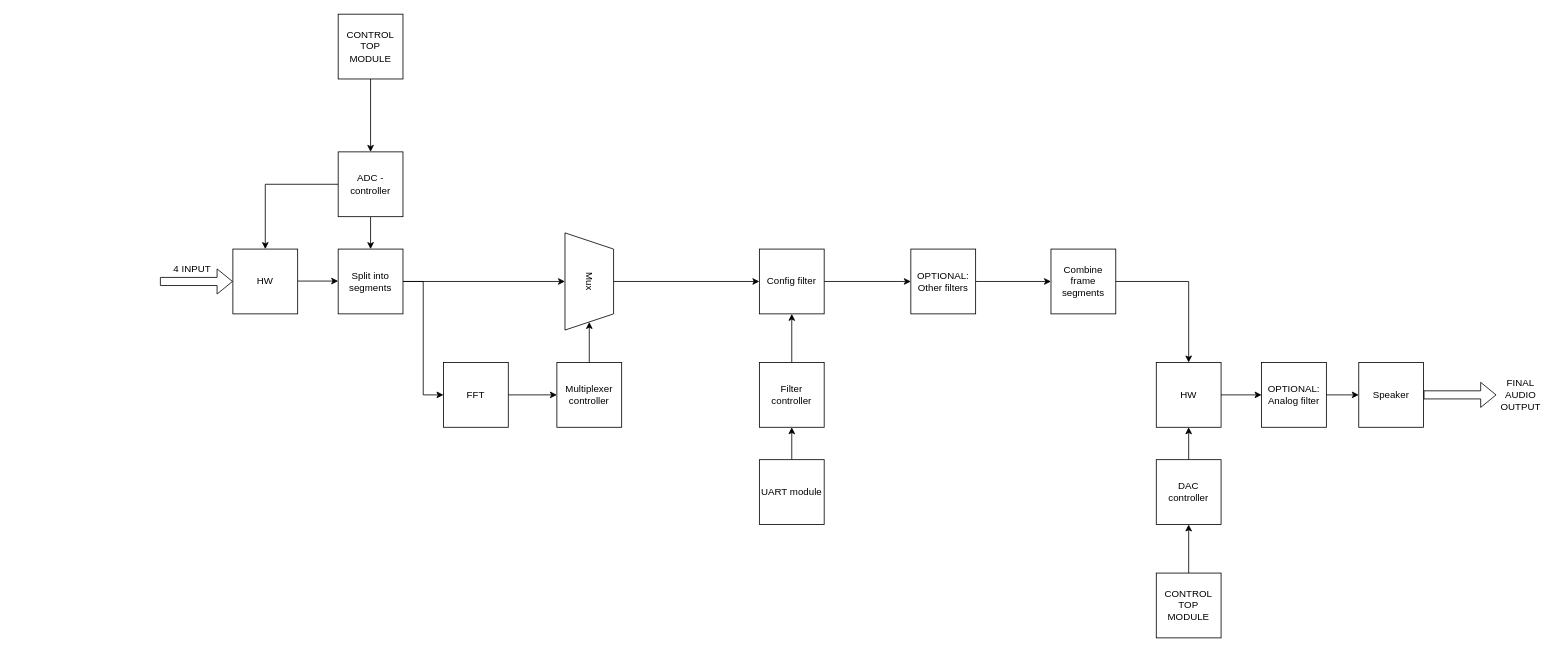
The draw.io diagram Project flow chart.drawio in shaileshsuresh/Dynamic-Microphone-Amplification, before the edit. Source tidied: cells renumbered, new cells numbered last; positions are measured from the earlier drawing's top-left corner, leaving out a move shared by most shapes. Both pictures are drawn from the tidied source at 81%, with x=0, y=0 at pixel (160, 14).
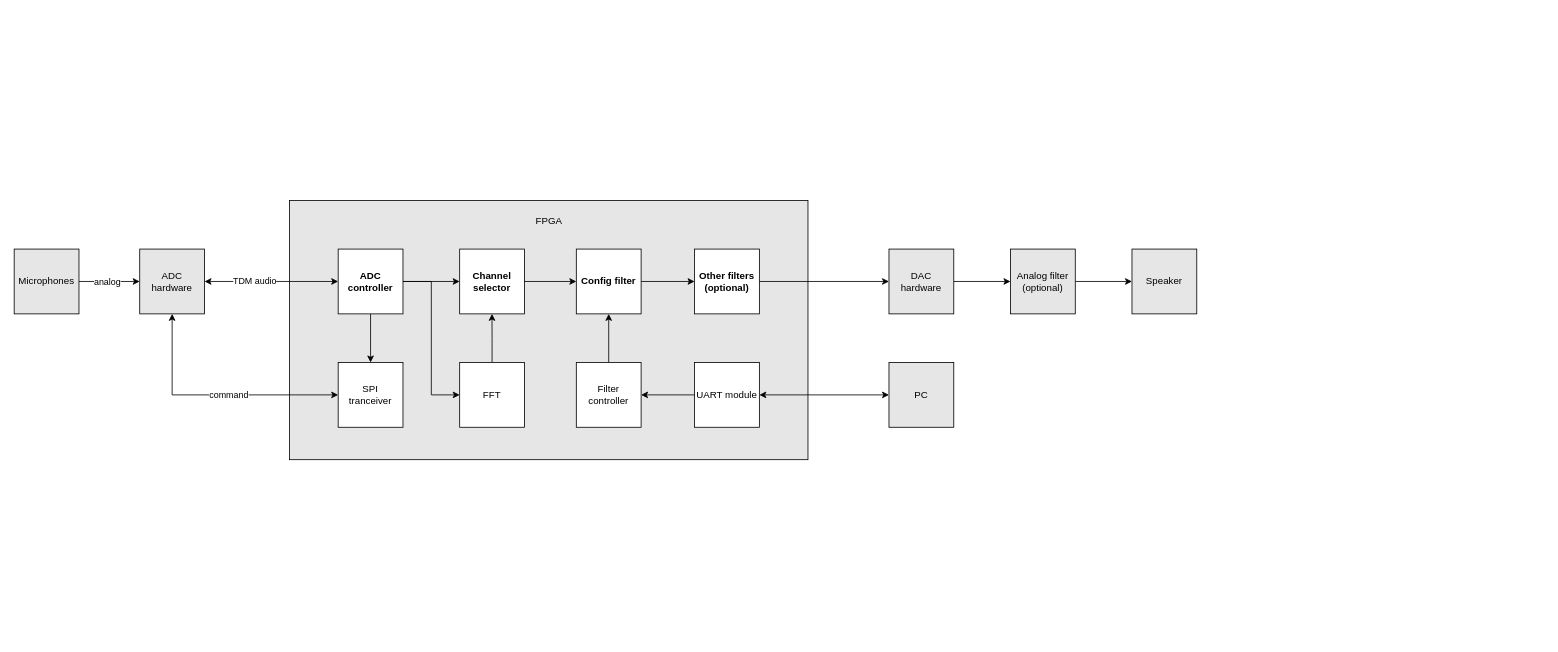
After the change.

Commit message (it also covers changes not shown here):
A little modification to the block diagram

What changed in the source:
```diff
@@
-    <mxCell id="2" style="edgeStyle=orthogonalEdgeStyle;rounded=0;jettySize=auto;html=1;entryX=0.5;entryY=0;entryDx=0;entryDy=0;" parent="1" edge="1" source="4" target="8">
-      <mxGeometry relative="1" as="geometry" />
-    </mxCell>
-    <mxCell id="3" style="edgeStyle=orthogonalEdgeStyle;rounded=0;jettySize=auto;html=1;" parent="1" edge="1" source="4" target="7">
-      <mxGeometry relative="1" as="geometry" />
-    </mxCell>
-    <mxCell id="4" value="ADC - controller" style="whiteSpace=wrap;html=1;" parent="1" vertex="1">
-      <mxGeometry x="220" y="170" width="80" height="80" as="geometry" />
-    </mxCell>
-    <mxCell id="5" style="edgeStyle=orthogonalEdgeStyle;rounded=0;jettySize=auto;html=1;entryX=0;entryY=0.5;entryDx=0;entryDy=0;" parent="1" edge="1" source="7" target="13">
-      <mxGeometry relative="1" as="geometry" />
-    </mxCell>
-    <mxCell id="6" style="edgeStyle=orthogonalEdgeStyle;rounded=0;jettySize=auto;html=1;entryX=0.5;entryY=1;entryDx=0;entryDy=0;" parent="1" edge="1" source="7" target="16">
-      <mxGeometry relative="1" as="geometry" />
-    </mxCell>
+    <mxCell id="42" style="rounded=0;whiteSpace=wrap;html=1;fillColor=#E6E6E6;" parent="1" vertex="1">
+      <mxGeometry x="160" y="230" width="640" height="320" as="geometry" />
+    </mxCell>
+    <mxCell id="43" style="edgeStyle=orthogonalEdgeStyle;rounded=0;jettySize=auto;html=1;exitX=0;exitY=0.5;exitDx=0;exitDy=0;entryX=0.5;entryY=1;entryDx=0;entryDy=0;startArrow=classic;startFill=1;endArrow=classic;endFill=1;" parent="1" edge="1" source="7" target="8">
+      <mxGeometry relative="1" as="geometry" />
+    </mxCell>
+    <mxCell id="44" value="command" style="edgeLabel;html=1;align=center;verticalAlign=middle;" parent="43" vertex="1">
+      <mxGeometry x="-0.11" y="-1" relative="1" as="geometry" />
+    </mxCell>
-    <mxCell id="7" value="Split into segments&lt;br&gt;" style="whiteSpace=wrap;html=1;" parent="1" vertex="1">
-      <mxGeometry x="220" y="290" width="80" height="80" as="geometry" />
+    <mxCell id="7" value="SPI&lt;br&gt;tranceiver" style="whiteSpace=wrap;html=1;" parent="1" vertex="1">
+      <mxGeometry x="220" y="430" width="80" height="80" as="geometry" />
     </mxCell>
+    <mxCell id="45" style="edgeStyle=orthogonalEdgeStyle;rounded=0;jettySize=auto;html=1;exitX=1;exitY=0.5;exitDx=0;exitDy=0;entryX=0;entryY=0.5;entryDx=0;entryDy=0;startArrow=classic;startFill=1;endArrow=classic;endFill=1;" parent="1" edge="1" source="8" target="4">
+      <mxGeometry relative="1" as="geometry" />
+    </mxCell>
+    <mxCell id="46" value="TDM audio" style="edgeLabel;html=1;align=center;verticalAlign=middle;" parent="45" vertex="1">
+      <mxGeometry x="-0.26" y="1" relative="1" as="geometry" />
+    </mxCell>
-    <mxCell id="8" value="HW" style="whiteSpace=wrap;html=1;" parent="1" vertex="1">
-      <mxGeometry x="90" y="290" width="80" height="80" as="geometry" />
+    <mxCell id="8" value="ADC&lt;br&gt;hardware" style="whiteSpace=wrap;html=1;fillColor=#e6e6e6;" parent="1" vertex="1">
+      <mxGeometry x="-25" y="290" width="80" height="80" as="geometry" />
     </mxCell>
-    <mxCell id="9" style="endArrow=classic;html=1;rounded=0;" parent="1" edge="1">
-      <mxGeometry relative="1" as="geometry">
-        <mxPoint x="170" y="329.5" as="sourcePoint" />
-        <mxPoint x="220" y="329.5" as="targetPoint" />
-      </mxGeometry>
-    </mxCell>
-    <mxCell id="10" style="shape=flexArrow;endArrow=classic;html=1;rounded=0;entryX=0;entryY=0.5;entryDx=0;entryDy=0;" parent="1" edge="1" target="8">
-      <mxGeometry relative="1" as="geometry">
-        <mxPoint y="330" as="sourcePoint" />
-      </mxGeometry>
-    </mxCell>
-    <mxCell id="11" value="4 INPUT&lt;br&gt;" style="text;html=1;strokeColor=none;fillColor=none;align=center;verticalAlign=middle;whiteSpace=wrap;rounded=0;" parent="1" vertex="1">
-      <mxGeometry x="10" y="300" width="60" height="30" as="geometry" />
-    </mxCell>
-    <mxCell id="12" style="edgeStyle=orthogonalEdgeStyle;rounded=0;jettySize=auto;html=1;entryX=0;entryY=0.5;entryDx=0;entryDy=0;" parent="1" edge="1" source="13" target="14">
-      <mxGeometry relative="1" as="geometry" />
-    </mxCell>
+    <mxCell id="47" style="edgeStyle=orthogonalEdgeStyle;rounded=0;jettySize=auto;html=1;exitX=0.5;exitY=0;exitDx=0;exitDy=0;" parent="1" edge="1" source="13">
+      <mxGeometry relative="1" as="geometry">
+        <mxPoint x="409.9" y="370" as="targetPoint" />
+      </mxGeometry>
+    </mxCell>
     <mxCell id="13" value="FFT" style="whiteSpace=wrap;html=1;" parent="1" vertex="1">
-      <mxGeometry x="350" y="430" width="80" height="80" as="geometry" />
+      <mxGeometry x="370" y="430" width="80" height="80" as="geometry" />
     </mxCell>
-    <mxCell id="14" value="Multiplexer controller" style="whiteSpace=wrap;html=1;" parent="1" vertex="1">
-      <mxGeometry x="490" y="430" width="80" height="80" as="geometry" />
+    <mxCell id="14" value="Channel&lt;br&gt;selector" style="whiteSpace=wrap;html=1;fontStyle=1;" parent="1" vertex="1">
+      <mxGeometry x="370" y="290" width="80" height="80" as="geometry" />
     </mxCell>
-    <mxCell id="15" style="edgeStyle=orthogonalEdgeStyle;rounded=0;jettySize=auto;html=1;entryX=0;entryY=0.5;entryDx=0;entryDy=0;" parent="1" edge="1" source="16" target="19">
+    <mxCell id="15" style="edgeStyle=orthogonalEdgeStyle;rounded=0;jettySize=auto;html=1;entryX=0;entryY=0.5;entryDx=0;entryDy=0;exitX=1;exitY=0.5;exitDx=0;exitDy=0;" parent="1" edge="1" source="14" target="19">
       <mxGeometry relative="1" as="geometry" />
     </mxCell>
-    <mxCell id="16" value="Mux&lt;br&gt;" style="shape=trapezoid;perimeter=trapezoidPerimeter;whiteSpace=wrap;html=1;fixedSize=1;rotation=90;" parent="1" vertex="1">
-      <mxGeometry x="470" y="300" width="120" height="60" as="geometry" />
-    </mxCell>
-    <mxCell id="17" style="endArrow=classic;html=1;rounded=0;entryX=1;entryY=0.5;entryDx=0;entryDy=0;exitX=0.5;exitY=0;exitDx=0;exitDy=0;" parent="1" edge="1" source="14" target="16">
-      <mxGeometry relative="1" as="geometry" />
-    </mxCell>
@@
-    <mxCell id="19" value="Config filter&lt;br&gt;" style="whiteSpace=wrap;html=1;" parent="1" vertex="1">
-      <mxGeometry x="740" y="290" width="80" height="80" as="geometry" />
+    <mxCell id="19" value="Config filter&lt;br&gt;" style="whiteSpace=wrap;html=1;fontStyle=1;" parent="1" vertex="1">
+      <mxGeometry x="514" y="290" width="80" height="80" as="geometry" />
     </mxCell>
@@
     <mxCell id="21" value="Filter controller&lt;br&gt;" style="whiteSpace=wrap;html=1;" parent="1" vertex="1">
-      <mxGeometry x="740" y="430" width="80" height="80" as="geometry" />
+      <mxGeometry x="514" y="430" width="80" height="80" as="geometry" />
     </mxCell>
-    <mxCell id="22" style="edgeStyle=orthogonalEdgeStyle;rounded=0;jettySize=auto;html=1;entryX=0.5;entryY=1;entryDx=0;entryDy=0;" parent="1" edge="1" source="23" target="21">
+    <mxCell id="22" style="edgeStyle=orthogonalEdgeStyle;rounded=0;jettySize=auto;html=1;entryX=1;entryY=0.5;entryDx=0;entryDy=0;" parent="1" edge="1" source="23" target="21">
       <mxGeometry relative="1" as="geometry" />
     </mxCell>
     <mxCell id="23" value="UART module" style="whiteSpace=wrap;html=1;" parent="1" vertex="1">
-      <mxGeometry x="740" y="550" width="80" height="80" as="geometry" />
+      <mxGeometry x="660" y="430" width="80" height="80" as="geometry" />
     </mxCell>
-    <mxCell id="24" style="edgeStyle=orthogonalEdgeStyle;rounded=0;jettySize=auto;html=1;entryX=0;entryY=0.5;entryDx=0;entryDy=0;" parent="1" edge="1" source="25" target="26">
-      <mxGeometry relative="1" as="geometry" />
-    </mxCell>
+    <mxCell id="48" style="edgeStyle=orthogonalEdgeStyle;rounded=0;jettySize=auto;html=1;exitX=1;exitY=0.5;exitDx=0;exitDy=0;startArrow=none;startFill=0;" parent="1" edge="1" source="25" target="30">
+      <mxGeometry relative="1" as="geometry" />
+    </mxCell>
-    <mxCell id="25" value="OPTIONAL: Other filters" style="whiteSpace=wrap;html=1;" parent="1" vertex="1">
-      <mxGeometry x="927" y="290" width="80" height="80" as="geometry" />
+    <mxCell id="25" value="Other filters&lt;br&gt;(optional)" style="whiteSpace=wrap;html=1;fontStyle=1;" parent="1" vertex="1">
+      <mxGeometry x="660" y="290" width="80" height="80" as="geometry" />
     </mxCell>
-    <mxCell id="26" value="Combine frame segments" style="whiteSpace=wrap;html=1;" parent="1" vertex="1">
-      <mxGeometry x="1100" y="290" width="80" height="80" as="geometry" />
-    </mxCell>
-    <mxCell id="27" style="edgeStyle=orthogonalEdgeStyle;rounded=0;jettySize=auto;html=1;" parent="1" edge="1" source="28" target="30">
-      <mxGeometry relative="1" as="geometry" />
-    </mxCell>
-    <mxCell id="28" value="DAC controller&lt;br&gt;" style="whiteSpace=wrap;html=1;" parent="1" vertex="1">
-      <mxGeometry x="1230" y="550" width="80" height="80" as="geometry" />
-    </mxCell>
@@
-    <mxCell id="30" value="HW" style="whiteSpace=wrap;html=1;" parent="1" vertex="1">
-      <mxGeometry x="1230" y="430" width="80" height="80" as="geometry" />
+    <mxCell id="30" value="DAC&lt;br&gt;hardware" style="whiteSpace=wrap;html=1;fillColor=#e6e6e6;" parent="1" vertex="1">
+      <mxGeometry x="900" y="290" width="80" height="80" as="geometry" />
     </mxCell>
-    <mxCell id="31" value="Speaker" style="whiteSpace=wrap;html=1;" parent="1" vertex="1">
-      <mxGeometry x="1480" y="430" width="80" height="80" as="geometry" />
+    <mxCell id="31" value="Speaker" style="whiteSpace=wrap;html=1;fillColor=#e6e6e6;" parent="1" vertex="1">
+      <mxGeometry x="1200" y="290" width="80" height="80" as="geometry" />
     </mxCell>
@@
-    <mxCell id="33" value="OPTIONAL: &lt;br&gt;Analog filter" style="whiteSpace=wrap;html=1;" parent="1" vertex="1">
-      <mxGeometry x="1360" y="430" width="80" height="80" as="geometry" />
+    <mxCell id="33" value="Analog filter&lt;br&gt;(optional)" style="whiteSpace=wrap;html=1;fillColor=#e6e6e6;" parent="1" vertex="1">
+      <mxGeometry x="1050" y="290" width="80" height="80" as="geometry" />
     </mxCell>
-    <mxCell id="34" style="endArrow=none;html=1;rounded=0;entryX=1;entryY=0.5;entryDx=0;entryDy=0;" parent="1" edge="1" target="26">
-      <mxGeometry relative="1" as="geometry">
-        <mxPoint x="1270" y="330" as="sourcePoint" />
-      </mxGeometry>
-    </mxCell>
-    <mxCell id="35" style="endArrow=classic;html=1;rounded=0;entryX=0.5;entryY=0;entryDx=0;entryDy=0;" parent="1" edge="1" target="30">
-      <mxGeometry relative="1" as="geometry">
-        <mxPoint x="1270" y="330" as="sourcePoint" />
-      </mxGeometry>
-    </mxCell>
-    <mxCell id="36" style="edgeStyle=orthogonalEdgeStyle;rounded=0;jettySize=auto;html=1;entryX=0.5;entryY=0;entryDx=0;entryDy=0;" parent="1" edge="1" source="37" target="4">
-      <mxGeometry relative="1" as="geometry" />
-    </mxCell>
-    <mxCell id="37" value="CONTROL TOP MODULE" style="whiteSpace=wrap;html=1;" parent="1" vertex="1">
-      <mxGeometry x="220" width="80" height="80" as="geometry" />
-    </mxCell>
-    <mxCell id="38" style="edgeStyle=orthogonalEdgeStyle;rounded=0;jettySize=auto;html=1;entryX=0.5;entryY=1;entryDx=0;entryDy=0;" parent="1" edge="1" source="39" target="28">
-      <mxGeometry relative="1" as="geometry" />
-    </mxCell>
-    <mxCell id="39" value="CONTROL TOP MODULE&lt;br&gt;" style="whiteSpace=wrap;html=1;" parent="1" vertex="1">
-      <mxGeometry x="1230" y="690" width="80" height="80" as="geometry" />
-    </mxCell>
-    <mxCell id="40" style="shape=flexArrow;endArrow=classic;html=1;rounded=0;exitX=1;exitY=0.5;exitDx=0;exitDy=0;" parent="1" edge="1" source="31" target="41">
-      <mxGeometry relative="1" as="geometry" />
-    </mxCell>
-    <mxCell id="41" value="FINAL AUDIO OUTPUT" style="text;html=1;strokeColor=none;fillColor=none;align=center;verticalAlign=middle;whiteSpace=wrap;rounded=0;" parent="1" vertex="1">
-      <mxGeometry x="1650" y="455" width="60" height="30" as="geometry" />
-    </mxCell>
+    <mxCell id="49" value="FPGA" style="text;html=1;align=center;verticalAlign=middle;strokeColor=none;fillColor=none;" parent="1" vertex="1">
+      <mxGeometry x="450" y="240" width="60" height="30" as="geometry" />
+    </mxCell>
+    <mxCell id="50" style="edgeStyle=orthogonalEdgeStyle;rounded=0;jettySize=auto;html=1;exitX=0;exitY=0.5;exitDx=0;exitDy=0;entryX=1;entryY=0.5;entryDx=0;entryDy=0;startArrow=classic;startFill=1;endArrow=classic;endFill=1;" parent="1" edge="1" source="51" target="23">
+      <mxGeometry relative="1" as="geometry" />
+    </mxCell>
+    <mxCell id="51" value="PC" style="whiteSpace=wrap;html=1;fillColor=#e6e6e6;" parent="1" vertex="1">
+      <mxGeometry x="900" y="430" width="80" height="80" as="geometry" />
+    </mxCell>
+    <mxCell id="3" style="edgeStyle=orthogonalEdgeStyle;rounded=0;jettySize=auto;html=1;exitX=0.5;exitY=1;exitDx=0;exitDy=0;entryX=0.5;entryY=0;entryDx=0;entryDy=0;startArrow=none;startFill=0;endArrow=classic;endFill=1;" parent="1" edge="1" source="4" target="7">
+      <mxGeometry relative="1" as="geometry" />
+    </mxCell>
+    <mxCell id="52" style="edgeStyle=orthogonalEdgeStyle;rounded=0;jettySize=auto;html=1;exitX=1;exitY=0.5;exitDx=0;exitDy=0;entryX=0;entryY=0.5;entryDx=0;entryDy=0;startArrow=none;startFill=0;endArrow=classic;endFill=1;" parent="1" edge="1" source="4" target="14">
+      <mxGeometry relative="1" as="geometry" />
+    </mxCell>
+    <mxCell id="53" style="edgeStyle=orthogonalEdgeStyle;rounded=0;jettySize=auto;html=1;exitX=1;exitY=0.5;exitDx=0;exitDy=0;entryX=0;entryY=0.5;entryDx=0;entryDy=0;startArrow=none;startFill=0;endArrow=classic;endFill=1;" parent="1" edge="1" source="4" target="13">
+      <mxGeometry relative="1" as="geometry" />
+    </mxCell>
+    <mxCell id="4" value="ADC controller" style="whiteSpace=wrap;html=1;fontStyle=1;" parent="1" vertex="1">
+      <mxGeometry x="220" y="290" width="80" height="80" as="geometry" />
+    </mxCell>
+    <mxCell id="54" style="edgeStyle=orthogonalEdgeStyle;rounded=0;jettySize=auto;html=1;exitX=1;exitY=0.5;exitDx=0;exitDy=0;entryX=0;entryY=0.5;entryDx=0;entryDy=0;startArrow=none;startFill=0;endArrow=classic;endFill=1;" parent="1" edge="1" source="56" target="8">
+      <mxGeometry relative="1" as="geometry" />
+    </mxCell>
+    <mxCell id="55" value="analog" style="edgeLabel;html=1;align=center;verticalAlign=middle;" parent="54" vertex="1">
+      <mxGeometry x="-0.1" relative="1" as="geometry" />
+    </mxCell>
+    <mxCell id="56" value="Microphones" style="whiteSpace=wrap;html=1;fillColor=#e6e6e6;" parent="1" vertex="1">
+      <mxGeometry x="-180" y="290" width="80" height="80" as="geometry" />
+    </mxCell>
```
